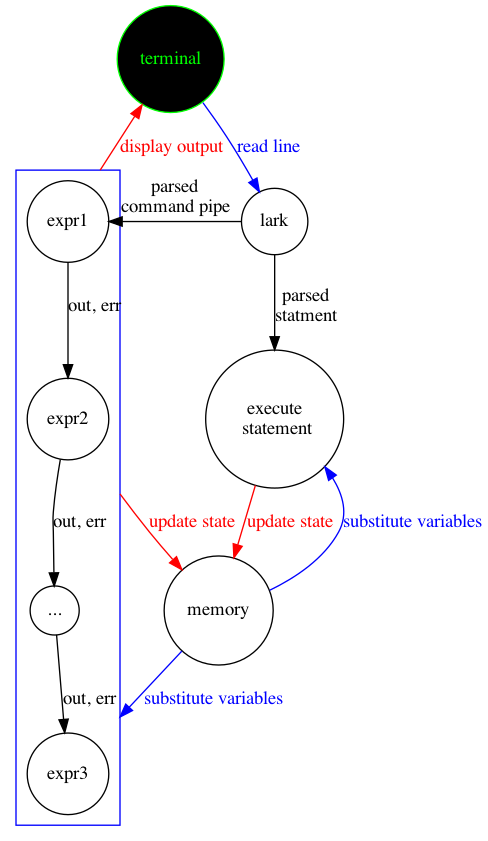
Before: media/scheme.png, a diagram exported from Graphviz (FrogOfJuly/CLI). Its source is kept beside it as media/scheme.gv.
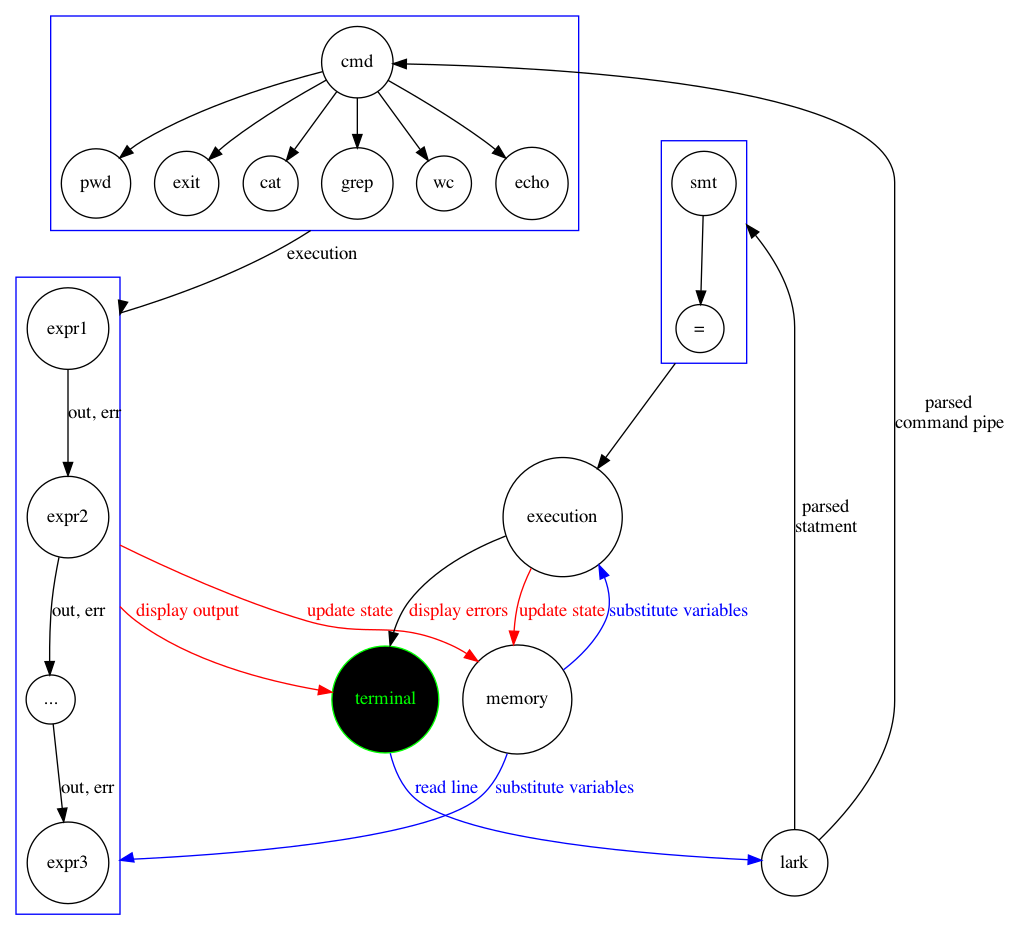
The same file after the commit.

What changed in the source:
```diff
@@ -10,15 +10,34 @@
 		color=blue;
   	}
 
-	lark
-	statment [label="execute\n statement"]
+  	subgraph cluster_1 {
+  		cmd [label="cmd"]
+		cmd -> grep
+		cmd -> wc
+		cmd -> echo
+		cmd -> pwd
+		cmd -> exit
+		cmd -> cat
+		color=blue;
+  	}
+
+  	subgraph cluster_2 {
+  		smt [label="smt"]
+  		assign [label="="]
+		smt -> assign
+		color=blue;
+  	}
+
+	statment [label="execution"]
 	terminal [label=<<font color="green">terminal</font>>, fillcolor=black, color=green];
-	memory
 
 	terminal -> lark [label=<<font color="blue">read line</font>>, color=blue];
-	lark -> expr1 [label="parsed\ncommand pipe"];
-	lark -> statment [label="parsed\nstatment"];
-	expr1 -> terminal [label=<<font color="red">display output</font>>, ltail=cluster_0, color=red]
+	lark -> cmd [label="parsed\ncommand pipe"];
+	grep -> expr1 [label="execution", ltail=cluster_1, lhead=cluster_0]
+	lark -> smt [label="parsed\nstatment", lhead=cluster_2];
+	assign -> statment [ltail=cluster_2]
+	statment -> terminal [label=<<font color="red">display errors</font>>]
+	expr2 -> terminal [label=<<font color="red">display output</font>>, ltail=cluster_0, color=red]
 	statment -> memory [label=<<font color="red">update state</font>>, color=red]
 	memory -> statment [label=<<font color="blue">substitute variables</font>>, color=blue]
 	expr2 -> memory [label=<<font color="red">update state</font>>, ltail=cluster_0, color=red]
```
